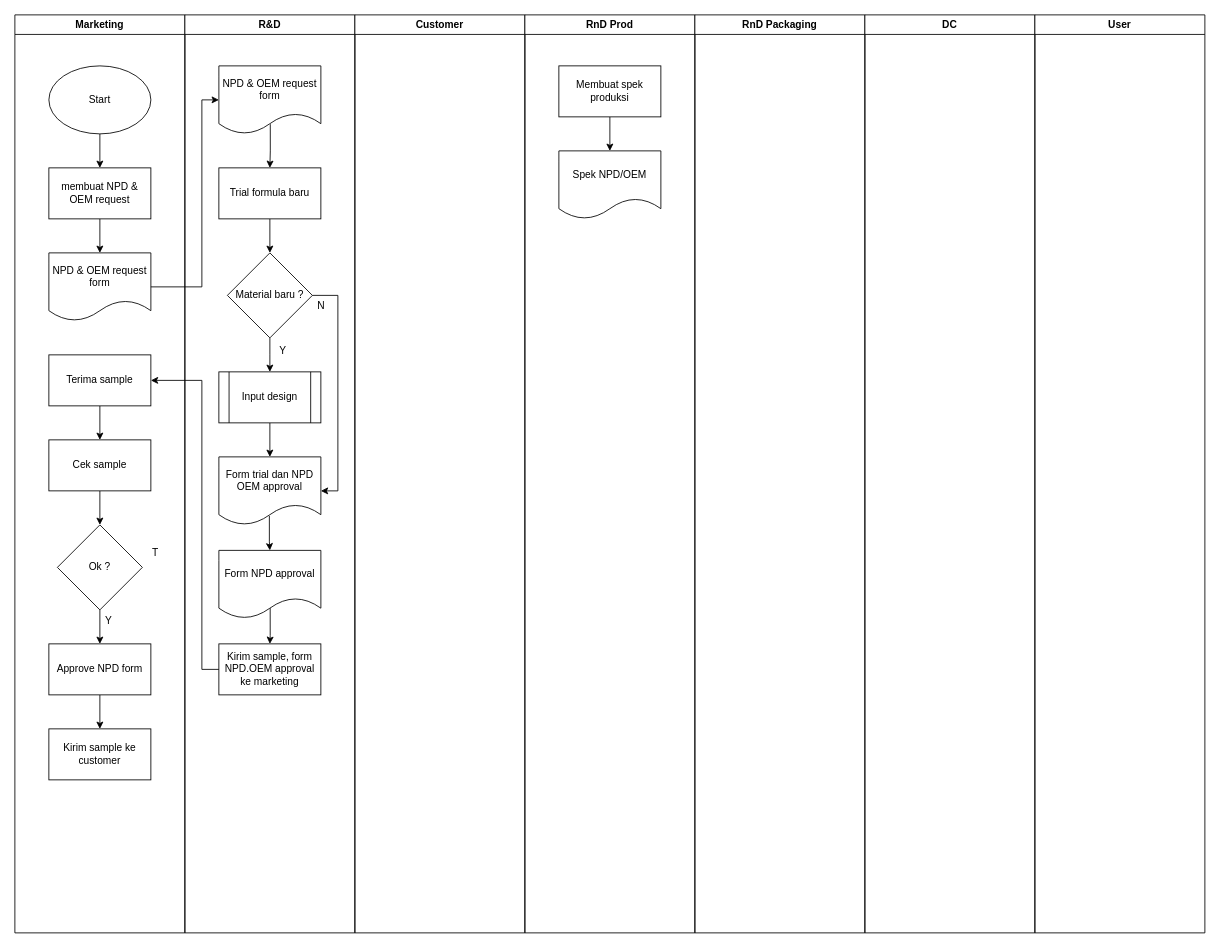
Earlier version of the draw.io diagram page "SOP R&D New Product Launch (Biscuit)" (15 of 17) of SOP Agro.drawio (wilhelmus098/pf). Source tidied: cells renumbered, new cells numbered last; positions are measured from the earlier drawing's top-left corner, leaving out a move shared by most shapes. Both pictures are drawn from the tidied source at 85%, with x=0, y=0 at pixel (14, 14).
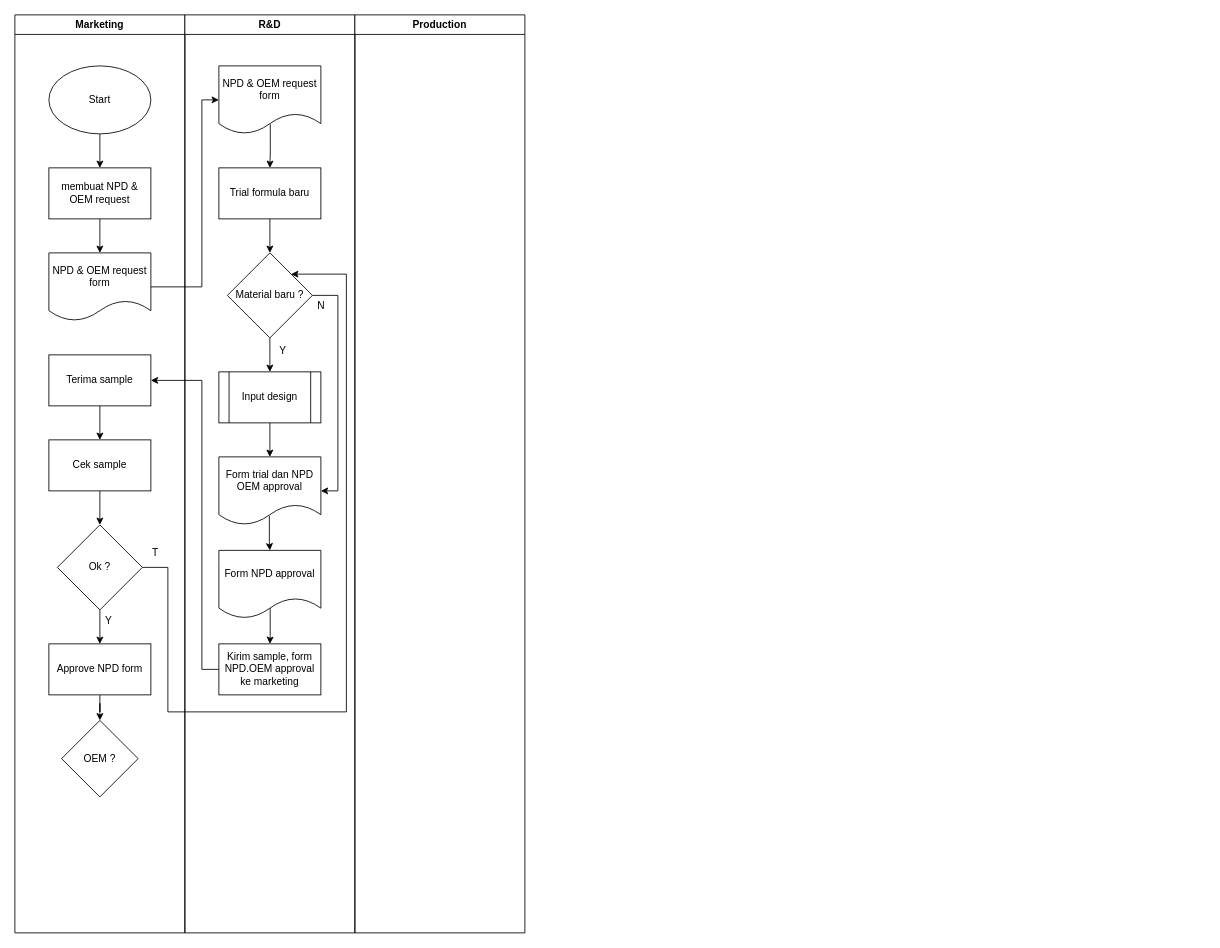
The same page after the edit.

Unchanged cells that the change refers to:
```xml
<mxCell id="2" value="Marketing" style="swimlane;whiteSpace=wrap;html=1;" parent="1" vertex="1">
  <mxGeometry width="200" height="1080" as="geometry" />
</mxCell>
<mxCell id="12" value="Ok ?" style="rhombus;whiteSpace=wrap;html=1;" parent="2" vertex="1">
  <mxGeometry x="50" y="600" width="100" height="100" as="geometry" />
</mxCell>
<mxCell id="16" value="Approve NPD form" style="rounded=0;whiteSpace=wrap;html=1;" parent="2" vertex="1">
  <mxGeometry x="40" y="740" width="120" height="60" as="geometry" />
</mxCell>
<mxCell id="25" value="Material baru ?" style="rhombus;whiteSpace=wrap;html=1;" parent="19" vertex="1">
  <mxGeometry x="50" y="280" width="100" height="100" as="geometry" />
</mxCell>
```

What changed in the source:
```diff
@@
-    <mxCell id="15" style="edgeStyle=orthogonalEdgeStyle;rounded=0;jettySize=auto;html=1;" parent="2" edge="1" source="16" target="17">
-      <mxGeometry relative="1" as="geometry" />
-    </mxCell>
+    <mxCell id="46" style="edgeStyle=orthogonalEdgeStyle;rounded=0;jettySize=auto;html=1;" parent="2" edge="1" source="16" target="47">
+      <mxGeometry relative="1" as="geometry" />
+    </mxCell>
@@
-    <mxCell id="17" value="Kirim sample ke customer" style="rounded=0;whiteSpace=wrap;html=1;" parent="2" vertex="1">
-      <mxGeometry x="40" y="840" width="120" height="60" as="geometry" />
-    </mxCell>
@@
+    <mxCell id="47" value="OEM ?" style="rhombus;whiteSpace=wrap;html=1;" parent="2" vertex="1">
+      <mxGeometry x="55" y="830" width="90" height="90" as="geometry" />
+    </mxCell>
@@
-    <mxCell id="37" value="Customer" style="swimlane;whiteSpace=wrap;html=1;" parent="1" vertex="1">
+    <mxCell id="37" value="Production" style="swimlane;whiteSpace=wrap;html=1;startSize=23;" parent="1" vertex="1">
       <mxGeometry x="400" width="200" height="1080" as="geometry" />
     </mxCell>
-    <mxCell id="38" value="RnD Prod" style="swimlane;whiteSpace=wrap;html=1;" parent="1" vertex="1">
-      <mxGeometry x="600" width="200" height="1080" as="geometry" />
-    </mxCell>
-    <mxCell id="39" style="edgeStyle=orthogonalEdgeStyle;rounded=0;jettySize=auto;html=1;" parent="38" edge="1" source="40" target="41">
-      <mxGeometry relative="1" as="geometry" />
-    </mxCell>
-    <mxCell id="40" value="Membuat spek produksi" style="rounded=0;whiteSpace=wrap;html=1;" parent="38" vertex="1">
-      <mxGeometry x="40" y="60" width="120" height="60" as="geometry" />
-    </mxCell>
-    <mxCell id="41" value="Spek NPD/OEM" style="shape=document;whiteSpace=wrap;html=1;boundedLbl=1;" parent="38" vertex="1">
-      <mxGeometry x="40" y="160" width="120" height="80" as="geometry" />
-    </mxCell>
-    <mxCell id="42" value="RnD Packaging" style="swimlane;whiteSpace=wrap;html=1;" parent="1" vertex="1">
-      <mxGeometry x="800" width="200" height="1080" as="geometry" />
-    </mxCell>
-    <mxCell id="43" value="DC" style="swimlane;whiteSpace=wrap;html=1;" parent="1" vertex="1">
-      <mxGeometry x="1000" width="200" height="1080" as="geometry" />
-    </mxCell>
-    <mxCell id="44" value="User" style="swimlane;whiteSpace=wrap;html=1;" parent="1" vertex="1">
-      <mxGeometry x="1200" width="200" height="1080" as="geometry" />
-    </mxCell>
@@
+    <mxCell id="48" style="endArrow=classic;html=1;rounded=0;exitX=1;exitY=0.5;exitDx=0;exitDy=0;entryX=1;entryY=0;entryDx=0;entryDy=0;" parent="1" edge="1" source="12" target="25">
+      <mxGeometry relative="1" as="geometry">
+        <Array as="points">
+          <mxPoint x="180" y="650" />
+          <mxPoint x="180" y="820" />
+          <mxPoint x="390" y="820" />
+          <mxPoint x="390" y="305" />
+        </Array>
+      </mxGeometry>
+    </mxCell>
```
